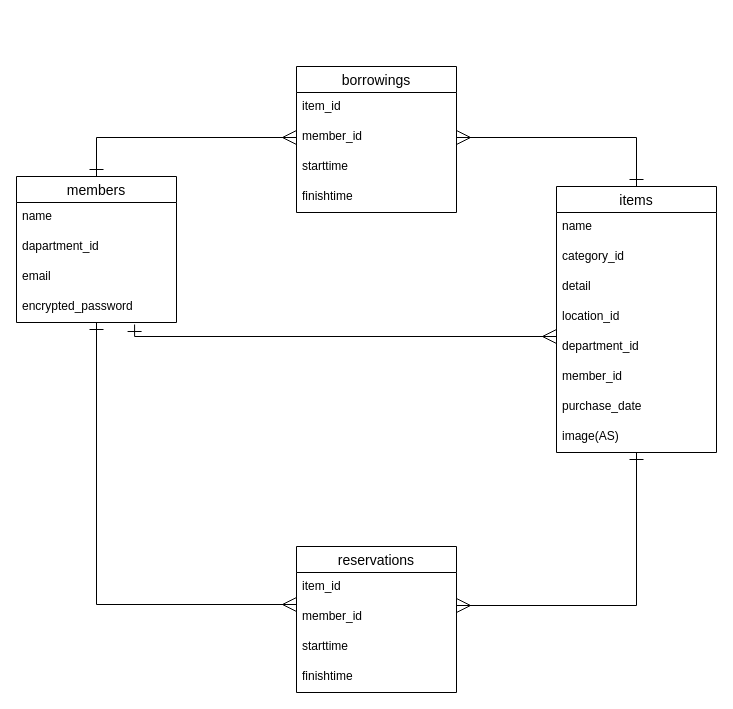
Above: ER.dio in mittz333/damatt (draw.io), before the change. Source tidied: cells renumbered, new cells numbered last; positions are measured from the earlier drawing's top-left corner, leaving out a move shared by most shapes. Both pictures are drawn from the tidied source at 100%, with x=0, y=0 at pixel (16, 66).
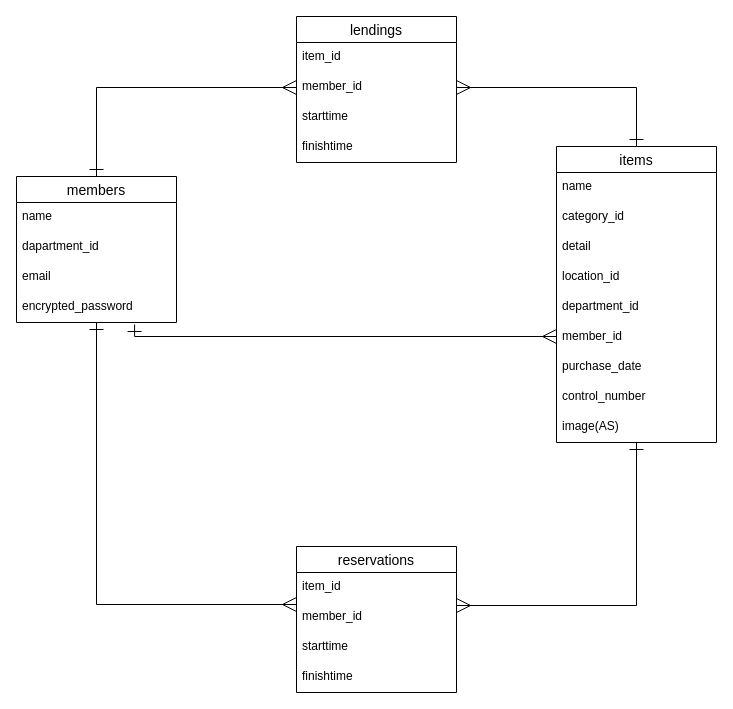
Above is the later version.

Diff of the diagram source:
```diff
@@
     <mxCell id="12" value="items" style="swimlane;fontStyle=0;horizontal=1;startSize=26;align=center;fontSize=14;" parent="1" vertex="1">
-      <mxGeometry x="540" y="120" width="160" height="266" as="geometry" />
+      <mxGeometry x="540" y="80" width="160" height="296" as="geometry" />
     </mxCell>
@@
-    <mxCell id="20" value="image(AS)" style="text;strokeColor=none;fillColor=none;spacingLeft=4;spacingRight=4;overflow=hidden;fontSize=12;" parent="12" vertex="1">
+    <mxCell id="20" value="control_number" style="text;strokeColor=none;fillColor=none;spacingLeft=4;spacingRight=4;overflow=hidden;fontSize=12;" parent="12" vertex="1">
       <mxGeometry y="236" width="160" height="30" as="geometry" />
     </mxCell>
+    <mxCell id="31" value="image(AS)" style="text;strokeColor=none;fillColor=none;spacingLeft=4;spacingRight=4;overflow=hidden;fontSize=12;" parent="12" vertex="1">
+      <mxGeometry y="266" width="160" height="30" as="geometry" />
+    </mxCell>
-    <mxCell id="21" value="borrowings" style="swimlane;fontStyle=0;horizontal=1;startSize=26;align=center;fontSize=14;" parent="1" vertex="1">
-      <mxGeometry x="280" width="160" height="146" as="geometry" />
+    <mxCell id="21" value="lendings" style="swimlane;fontStyle=0;horizontal=1;startSize=26;align=center;fontSize=14;" parent="1" vertex="1">
+      <mxGeometry x="280" y="-50" width="160" height="146" as="geometry" />
     </mxCell>
```
